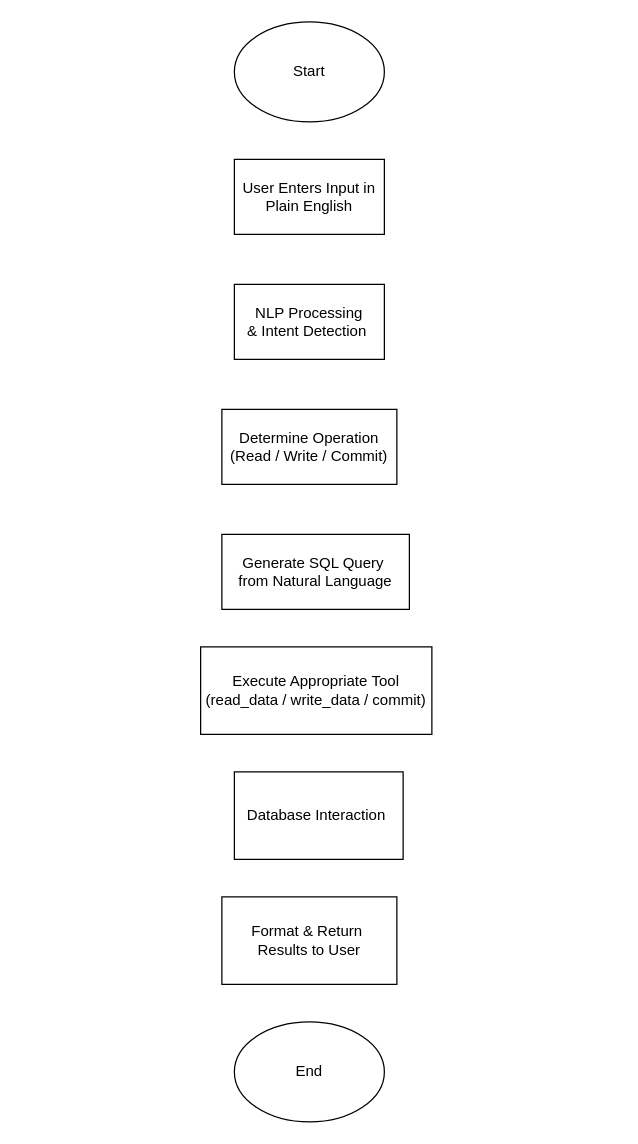
Above: DB agent flowchart.drawio in Aparup123/Drawio (draw.io), before the change. Source tidied: cells renumbered, new cells numbered last; positions are measured from the earlier drawing's top-left corner, leaving out a move shared by most shapes. Both pictures are drawn from the tidied source at 125%, with x=0, y=0 at pixel (200, 21).
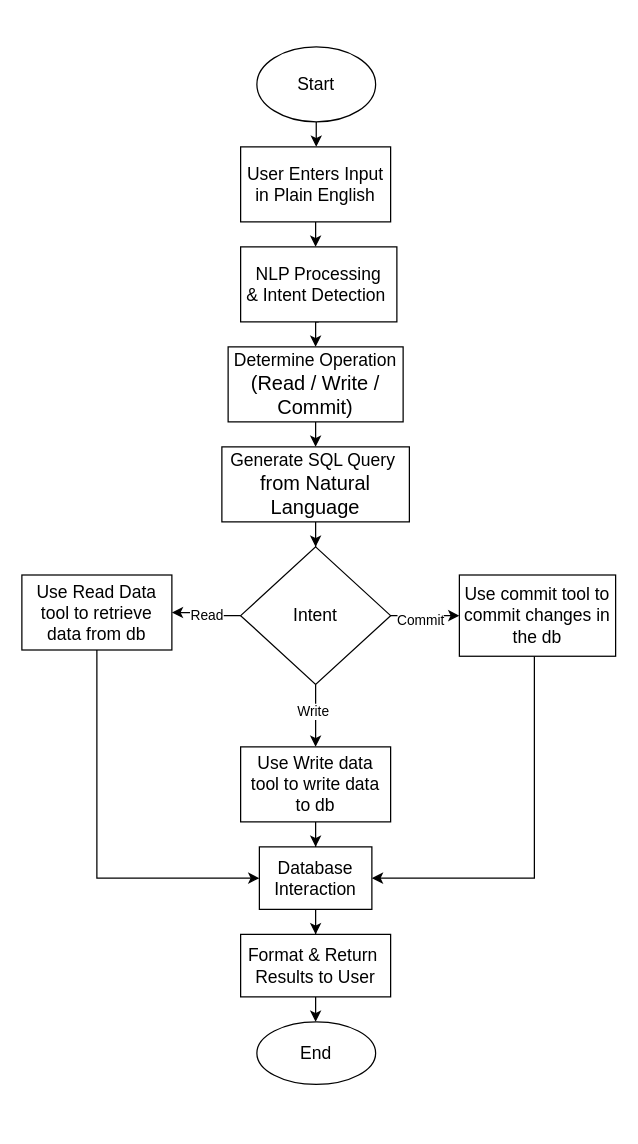
After the change.

The edit, as a diff of the source:
```diff
@@
+    <mxCell id="11" style="edgeStyle=orthogonalEdgeStyle;rounded=0;jettySize=auto;html=1;" parent="1" edge="1" source="2" target="3">
+      <mxGeometry relative="1" as="geometry" />
+    </mxCell>
-    <mxCell id="2" value="Start" style="ellipse;whiteSpace=wrap;html=1;" parent="1" vertex="1">
-      <mxGeometry x="27" width="120" height="80" as="geometry" />
+    <mxCell id="2" value="&lt;font style=&quot;font-size: 14px;&quot;&gt;Start&lt;/font&gt;" style="ellipse;whiteSpace=wrap;html=1;" parent="1" vertex="1">
+      <mxGeometry x="45" y="20" width="95" height="60" as="geometry" />
     </mxCell>
-    <mxCell id="3" value="User Enters Input in Plain English" style="rounded=0;whiteSpace=wrap;html=1;" parent="1" vertex="1">
-      <mxGeometry x="27" y="110" width="120" height="60" as="geometry" />
+    <mxCell id="3" value="&lt;font style=&quot;font-size: 14px;&quot;&gt;User Enters Input in Plain English&lt;/font&gt;" style="rounded=0;whiteSpace=wrap;html=1;" parent="1" vertex="1">
+      <mxGeometry x="32" y="100" width="120" height="60" as="geometry" />
     </mxCell>
+    <mxCell id="12" style="edgeStyle=orthogonalEdgeStyle;rounded=0;jettySize=auto;html=1;exitX=0.5;exitY=1;exitDx=0;exitDy=0;entryX=0.5;entryY=0;entryDx=0;entryDy=0;" parent="1" edge="1" source="4" target="5">
+      <mxGeometry relative="1" as="geometry" />
+    </mxCell>
-    <mxCell id="4" value="&lt;div&gt;NLP Processing &amp;amp;&lt;span style=&quot;background-color: transparent; color: light-dark(rgb(0, 0, 0), rgb(255, 255, 255));&quot;&gt;&amp;nbsp;Intent Detection&amp;nbsp;&lt;/span&gt;&lt;/div&gt;" style="rounded=0;whiteSpace=wrap;html=1;" parent="1" vertex="1">
-      <mxGeometry x="27" y="210" width="120" height="60" as="geometry" />
+    <mxCell id="4" value="&lt;div&gt;&lt;font style=&quot;font-size: 14px;&quot;&gt;NLP Processing &amp;amp;&lt;span style=&quot;background-color: transparent; color: light-dark(rgb(0, 0, 0), rgb(255, 255, 255));&quot;&gt;&amp;nbsp;Intent Detection&amp;nbsp;&lt;/span&gt;&lt;/font&gt;&lt;/div&gt;" style="rounded=0;whiteSpace=wrap;html=1;" parent="1" vertex="1">
+      <mxGeometry x="32" y="180" width="125" height="60" as="geometry" />
     </mxCell>
+    <mxCell id="13" style="edgeStyle=orthogonalEdgeStyle;rounded=0;jettySize=auto;html=1;" parent="1" edge="1" source="5" target="6">
+      <mxGeometry relative="1" as="geometry">
+        <Array as="points">
+          <mxPoint x="87" y="400" />
+          <mxPoint x="87" y="400" />
+        </Array>
+      </mxGeometry>
+    </mxCell>
-    <mxCell id="5" value="Determine Operation&lt;div&gt;(Read / Write / Commit)&lt;/div&gt;" style="rounded=0;whiteSpace=wrap;html=1;" parent="1" vertex="1">
-      <mxGeometry x="17" y="310" width="140" height="60" as="geometry" />
+    <mxCell id="5" value="&lt;font style=&quot;font-size: 14px;&quot;&gt;Determine Operation&lt;/font&gt;&lt;div&gt;&lt;font size=&quot;3&quot;&gt;(Read / Write / Commit)&lt;/font&gt;&lt;/div&gt;" style="rounded=0;whiteSpace=wrap;html=1;" parent="1" vertex="1">
+      <mxGeometry x="22" y="260" width="140" height="60" as="geometry" />
     </mxCell>
+    <mxCell id="14" style="edgeStyle=orthogonalEdgeStyle;rounded=0;jettySize=auto;html=1;" parent="1" edge="1" source="6" target="23">
+      <mxGeometry relative="1" as="geometry" />
+    </mxCell>
-    <mxCell id="6" value="Generate SQL Query&amp;nbsp;&lt;div&gt;from Natural Language&lt;/div&gt;" style="rounded=0;whiteSpace=wrap;html=1;" parent="1" vertex="1">
-      <mxGeometry x="17" y="410" width="150" height="60" as="geometry" />
+    <mxCell id="6" value="&lt;font style=&quot;font-size: 14px;&quot;&gt;Generate SQL Query&amp;nbsp;&lt;/font&gt;&lt;div&gt;&lt;font size=&quot;3&quot;&gt;from Natural Language&lt;/font&gt;&lt;/div&gt;" style="rounded=0;whiteSpace=wrap;html=1;" parent="1" vertex="1">
+      <mxGeometry x="17" y="340" width="150" height="60" as="geometry" />
     </mxCell>
-    <mxCell id="7" value="Execute Appropriate&amp;nbsp;Tool (read_data /&amp;nbsp;write_data / commit)" style="rounded=0;whiteSpace=wrap;html=1;" parent="1" vertex="1">
-      <mxGeometry y="500" width="185" height="70" as="geometry" />
-    </mxCell>
+    <mxCell id="15" style="edgeStyle=orthogonalEdgeStyle;rounded=0;jettySize=auto;html=1;entryX=0.5;entryY=0;entryDx=0;entryDy=0;" parent="1" edge="1" source="8" target="9">
+      <mxGeometry relative="1" as="geometry" />
+    </mxCell>
-    <mxCell id="8" value="Database&amp;nbsp;Interaction&amp;nbsp;" style="rounded=0;whiteSpace=wrap;html=1;" parent="1" vertex="1">
-      <mxGeometry x="27" y="600" width="135" height="70" as="geometry" />
+    <mxCell id="8" value="&lt;font style=&quot;font-size: 14px;&quot;&gt;Database&lt;/font&gt;&lt;div&gt;&lt;font style=&quot;font-size: 14px;&quot;&gt;&amp;nbsp;Interaction&amp;nbsp;&lt;/font&gt;&lt;/div&gt;" style="rounded=0;whiteSpace=wrap;html=1;" parent="1" vertex="1">
+      <mxGeometry x="47" y="660" width="90" height="50" as="geometry" />
     </mxCell>
+    <mxCell id="16" style="edgeStyle=orthogonalEdgeStyle;rounded=0;jettySize=auto;html=1;" parent="1" edge="1" source="9" target="10">
+      <mxGeometry relative="1" as="geometry" />
+    </mxCell>
-    <mxCell id="9" value="Format &amp;amp; Return&amp;nbsp;&lt;div&gt;&lt;span style=&quot;background-color: transparent; color: light-dark(rgb(0, 0, 0), rgb(255, 255, 255));&quot;&gt;Results to User&lt;/span&gt;&lt;/div&gt;" style="rounded=0;whiteSpace=wrap;html=1;" parent="1" vertex="1">
-      <mxGeometry x="17" y="700" width="140" height="70" as="geometry" />
+    <mxCell id="9" value="&lt;font style=&quot;font-size: 14px;&quot;&gt;Format &amp;amp; Return&lt;/font&gt;&lt;font style=&quot;font-size: 14px;&quot;&gt;&amp;nbsp;&lt;/font&gt;&lt;div&gt;&lt;span style=&quot;background-color: transparent; color: light-dark(rgb(0, 0, 0), rgb(255, 255, 255));&quot;&gt;&lt;font style=&quot;font-size: 14px;&quot;&gt;Results to User&lt;/font&gt;&lt;/span&gt;&lt;/div&gt;" style="rounded=0;whiteSpace=wrap;html=1;" parent="1" vertex="1">
+      <mxGeometry x="32" y="730" width="120" height="50" as="geometry" />
     </mxCell>
-    <mxCell id="10" value="End" style="ellipse;whiteSpace=wrap;html=1;" parent="1" vertex="1">
-      <mxGeometry x="27" y="800" width="120" height="80" as="geometry" />
+    <mxCell id="10" value="&lt;font style=&quot;font-size: 14px;&quot;&gt;End&lt;/font&gt;" style="ellipse;whiteSpace=wrap;html=1;" parent="1" vertex="1">
+      <mxGeometry x="45" y="800" width="95" height="50" as="geometry" />
     </mxCell>
+    <mxCell id="17" style="edgeStyle=orthogonalEdgeStyle;rounded=0;jettySize=auto;html=1;" parent="1" edge="1" source="23" target="25">
+      <mxGeometry relative="1" as="geometry" />
+    </mxCell>
+    <mxCell id="18" value="Read" style="edgeLabel;html=1;align=center;verticalAlign=middle;" parent="17" vertex="1">
+      <mxGeometry x="-0.03" relative="1" as="geometry" />
+    </mxCell>
+    <mxCell id="19" style="edgeStyle=orthogonalEdgeStyle;rounded=0;jettySize=auto;html=1;" parent="1" edge="1" source="23" target="27">
+      <mxGeometry relative="1" as="geometry" />
+    </mxCell>
+    <mxCell id="20" value="Write" style="edgeLabel;html=1;align=center;verticalAlign=middle;" parent="19" vertex="1">
+      <mxGeometry x="-0.16" y="-3" relative="1" as="geometry" />
+    </mxCell>
+    <mxCell id="21" style="edgeStyle=orthogonalEdgeStyle;rounded=0;jettySize=auto;html=1;" parent="1" edge="1" source="23" target="29">
+      <mxGeometry relative="1" as="geometry" />
+    </mxCell>
+    <mxCell id="22" value="Commit" style="edgeLabel;html=1;align=center;verticalAlign=middle;" parent="21" vertex="1">
+      <mxGeometry x="-0.17" y="-3" relative="1" as="geometry" />
+    </mxCell>
+    <mxCell id="23" value="&lt;font style=&quot;font-size: 14px;&quot;&gt;Intent&lt;/font&gt;" style="rhombus;whiteSpace=wrap;html=1;" parent="1" vertex="1">
+      <mxGeometry x="32" y="420" width="120" height="110" as="geometry" />
+    </mxCell>
+    <mxCell id="24" style="edgeStyle=orthogonalEdgeStyle;rounded=0;jettySize=auto;html=1;entryX=0;entryY=0.5;entryDx=0;entryDy=0;" parent="1" edge="1" source="25" target="8">
+      <mxGeometry relative="1" as="geometry">
+        <Array as="points">
+          <mxPoint x="-83" y="685" />
+        </Array>
+      </mxGeometry>
+    </mxCell>
+    <mxCell id="25" value="&lt;font style=&quot;font-size: 14px;&quot;&gt;Use Read Data tool to retrieve data from db&lt;/font&gt;" style="whiteSpace=wrap;html=1;" parent="1" vertex="1">
+      <mxGeometry x="-143" y="442.5" width="120" height="60" as="geometry" />
+    </mxCell>
+    <mxCell id="26" style="edgeStyle=orthogonalEdgeStyle;rounded=0;jettySize=auto;html=1;entryX=0.5;entryY=0;entryDx=0;entryDy=0;" parent="1" edge="1" source="27" target="8">
+      <mxGeometry relative="1" as="geometry" />
+    </mxCell>
+    <mxCell id="27" value="&lt;font style=&quot;font-size: 14px;&quot;&gt;Use Write data tool to write data to db&lt;/font&gt;" style="whiteSpace=wrap;html=1;" parent="1" vertex="1">
+      <mxGeometry x="32" y="580" width="120" height="60" as="geometry" />
+    </mxCell>
+    <mxCell id="28" style="edgeStyle=orthogonalEdgeStyle;rounded=0;jettySize=auto;html=1;entryX=1;entryY=0.5;entryDx=0;entryDy=0;" parent="1" edge="1" source="29" target="8">
+      <mxGeometry relative="1" as="geometry">
+        <Array as="points">
+          <mxPoint x="267" y="685" />
+        </Array>
+      </mxGeometry>
+    </mxCell>
+    <mxCell id="29" value="&lt;font style=&quot;font-size: 14px;&quot;&gt;Use commit tool to commit changes in the db&lt;/font&gt;" style="whiteSpace=wrap;html=1;" parent="1" vertex="1">
+      <mxGeometry x="207" y="442.5" width="125" height="65" as="geometry" />
+    </mxCell>
+    <mxCell id="30" style="endArrow=classic;html=1;rounded=0;exitX=0.5;exitY=1;exitDx=0;exitDy=0;" parent="1" edge="1" source="3">
+      <mxGeometry relative="1" as="geometry">
+        <mxPoint x="92" y="180" as="targetPoint" />
+      </mxGeometry>
+    </mxCell>
```
